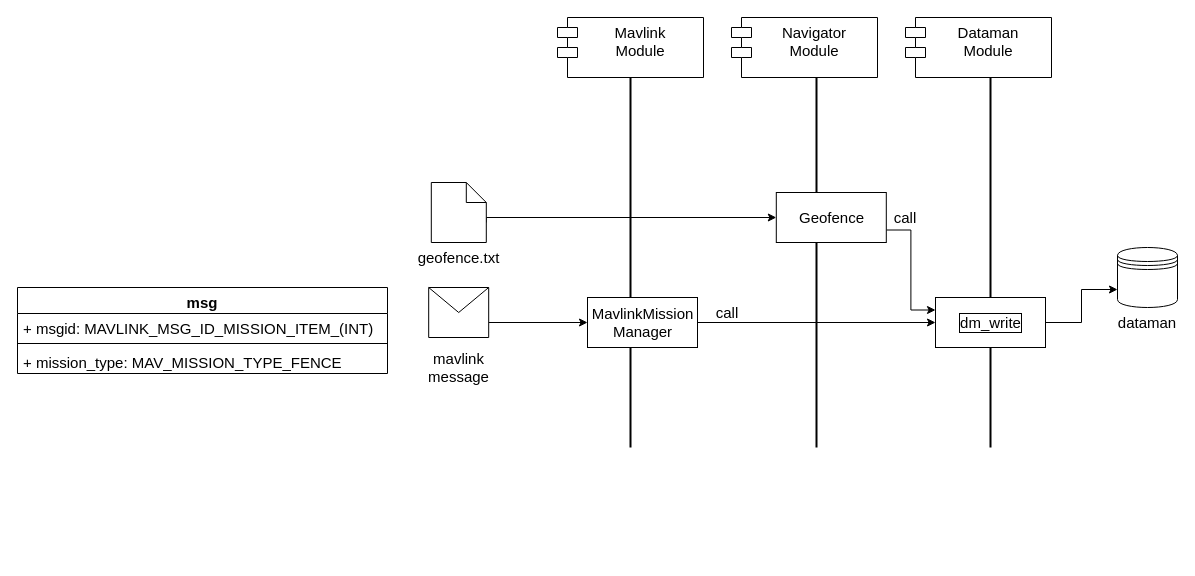
The draw.io diagram page "geofence" (1 of 5) of Untitled Diagram.drawio in sju0924/sju0924, before the edit. Source tidied: cells renumbered, new cells numbered last; positions are measured from the earlier drawing's top-left corner, leaving out a move shared by most shapes. Both pictures are drawn from the tidied source at 100%, with x=0, y=0 at pixel (17, 17).
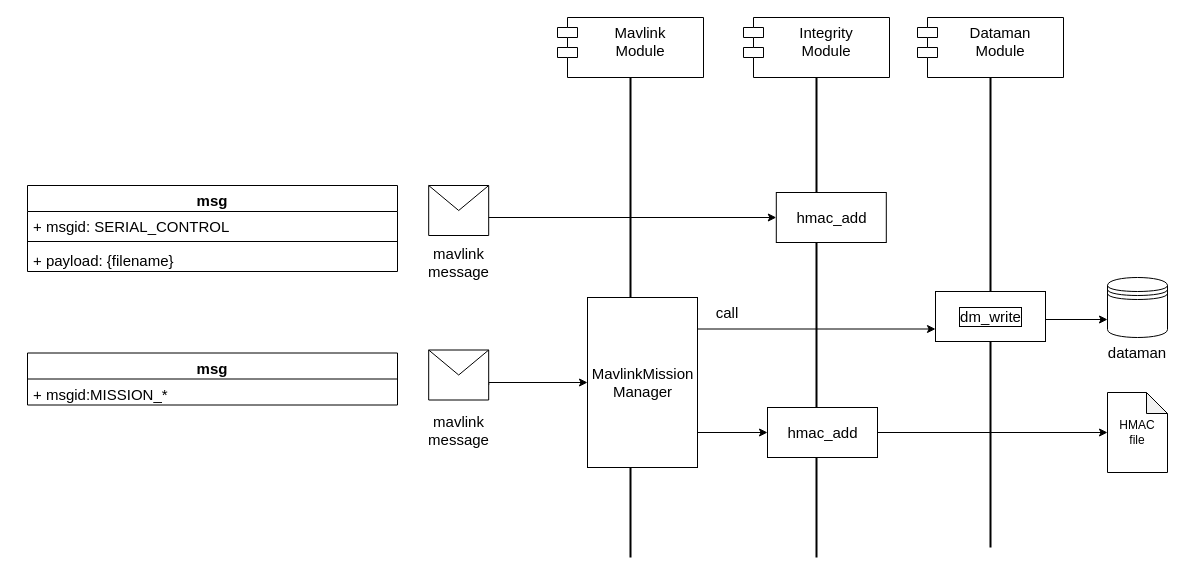
After the change.

Unchanged cells that the change refers to:
```xml
<mxCell id="26" value="call" style="text;html=1;strokeColor=none;fillColor=none;align=center;verticalAlign=middle;whiteSpace=wrap;rounded=0;fontSize=15;" parent="1" vertex="1">
  <mxGeometry x="680" y="280" width="60" height="30" as="geometry" />
</mxCell>
```

The edit, as a diff of the source:
```diff
@@
     <mxCell id="2" value="mavlink&lt;br style=&quot;font-size: 15px;&quot;&gt;message" style="text;html=1;align=center;verticalAlign=middle;strokeColor=none;fillColor=none;fontSize=15;" parent="1" vertex="1">
-      <mxGeometry x="401.2" y="325" width="80" height="50" as="geometry" />
+      <mxGeometry x="401.2" y="387.5" width="80" height="50" as="geometry" />
     </mxCell>
     <mxCell id="3" style="edgeStyle=orthogonalEdgeStyle;rounded=0;jettySize=auto;html=1;exitX=1;exitY=0.7;exitDx=0;exitDy=0;entryX=0;entryY=0.5;entryDx=0;entryDy=0;fontSize=15;" parent="1" edge="1" source="4" target="15">
-      <mxGeometry relative="1" as="geometry" />
+      <mxGeometry relative="1" as="geometry">
+        <Array as="points">
+          <mxPoint x="471" y="365" />
+        </Array>
+      </mxGeometry>
     </mxCell>
     <mxCell id="4" style="shape=message;html=1;whiteSpace=wrap;html=1;outlineConnect=0;fontSize=15;" parent="1" vertex="1">
-      <mxGeometry x="411.2" y="270" width="60" height="50" as="geometry" />
+      <mxGeometry x="411.2" y="332.5" width="60" height="50" as="geometry" />
     </mxCell>
-    <mxCell id="5" value="geofence.txt" style="text;html=1;align=center;verticalAlign=middle;strokeColor=none;fillColor=none;fontSize=15;" parent="1" vertex="1">
-      <mxGeometry x="386.2" y="225" width="110" height="30" as="geometry" />
-    </mxCell>
@@
-    <mxCell id="7" value="Navigator&#10;Module" style="shape=module;align=left;spacingLeft=20;align=center;verticalAlign=top;fontSize=15;" parent="1" vertex="1">
-      <mxGeometry x="714" width="146" height="60" as="geometry" />
+    <mxCell id="7" value="Integrity&#10;Module" style="shape=module;align=left;spacingLeft=20;align=center;verticalAlign=top;fontSize=15;" parent="1" vertex="1">
+      <mxGeometry x="726" width="146" height="60" as="geometry" />
     </mxCell>
     <mxCell id="8" style="line;strokeWidth=2;direction=south;html=1;fontSize=15;" parent="1" vertex="1">
-      <mxGeometry x="608" y="60" width="10" height="370" as="geometry" />
+      <mxGeometry x="608" y="60" width="10" height="480" as="geometry" />
     </mxCell>
     <mxCell id="9" style="line;strokeWidth=2;direction=south;html=1;fontSize=15;" parent="1" vertex="1">
-      <mxGeometry x="794" y="60" width="10" height="370" as="geometry" />
+      <mxGeometry x="794" y="60" width="10" height="480" as="geometry" />
     </mxCell>
     <mxCell id="10" style="shape=datastore;whiteSpace=wrap;html=1;fontSize=15;" parent="1" vertex="1">
-      <mxGeometry x="1100" y="230" width="60" height="60" as="geometry" />
+      <mxGeometry x="1090" y="260" width="60" height="60" as="geometry" />
     </mxCell>
-    <mxCell id="11" style="edgeStyle=orthogonalEdgeStyle;rounded=0;jettySize=auto;html=1;exitX=0;exitY=0;exitDx=55;exitDy=40;exitPerimeter=0;entryX=0;entryY=0.5;entryDx=0;entryDy=0;fontSize=15;" parent="1" edge="1" source="12" target="17">
+    <mxCell id="11" style="edgeStyle=orthogonalEdgeStyle;rounded=0;jettySize=auto;html=1;exitX=0;exitY=0;exitDx=55;exitDy=40;exitPerimeter=0;entryX=0;entryY=0.5;entryDx=0;entryDy=0;fontSize=15;" parent="1" edge="1" target="17">
       <mxGeometry relative="1" as="geometry">
+        <mxPoint x="468.8" y="205" as="sourcePoint" />
         <Array as="points">
           <mxPoint x="468.8" y="200" />
         </Array>
       </mxGeometry>
     </mxCell>
-    <mxCell id="12" style="shape=note;size=20;whiteSpace=wrap;html=1;fontSize=15;" parent="1" vertex="1">
-      <mxGeometry x="413.8" y="165" width="55" height="60" as="geometry" />
-    </mxCell>
     <mxCell id="13" value="dataman" style="text;html=1;strokeColor=none;fillColor=none;align=center;verticalAlign=middle;whiteSpace=wrap;rounded=0;fontSize=15;" parent="1" vertex="1">
-      <mxGeometry x="1100" y="290" width="60" height="30" as="geometry" />
+      <mxGeometry x="1090" y="320" width="60" height="30" as="geometry" />
     </mxCell>
-    <mxCell id="14" style="edgeStyle=orthogonalEdgeStyle;rounded=0;jettySize=auto;html=1;exitX=1;exitY=0.5;exitDx=0;exitDy=0;entryX=0;entryY=0.5;entryDx=0;entryDy=0;fontSize=15;" parent="1" edge="1" source="15" target="21">
-      <mxGeometry relative="1" as="geometry" />
-    </mxCell>
     <mxCell id="15" value="MavlinkMission&lt;br&gt;Manager" style="html=1;fontSize=15;" parent="1" vertex="1">
-      <mxGeometry x="570" y="280" width="110" height="50" as="geometry" />
+      <mxGeometry x="570" y="280" width="110" height="170" as="geometry" />
     </mxCell>
-    <mxCell id="16" style="edgeStyle=orthogonalEdgeStyle;rounded=0;jettySize=auto;html=1;exitX=1;exitY=0.75;exitDx=0;exitDy=0;entryX=0;entryY=0.25;entryDx=0;entryDy=0;fontSize=15;" parent="1" edge="1" source="17" target="21">
-      <mxGeometry relative="1" as="geometry" />
-    </mxCell>
-    <mxCell id="17" value="Geofence" style="html=1;fontSize=15;" parent="1" vertex="1">
+    <mxCell id="17" value="hmac_add" style="html=1;fontSize=15;" parent="1" vertex="1">
       <mxGeometry x="758.8" y="175" width="110" height="50" as="geometry" />
     </mxCell>
     <mxCell id="18" value="Dataman&#10;Module" style="shape=module;align=left;spacingLeft=20;align=center;verticalAlign=top;fontSize=15;" parent="1" vertex="1">
-      <mxGeometry x="888" width="146" height="60" as="geometry" />
+      <mxGeometry x="900" width="146" height="60" as="geometry" />
     </mxCell>
     <mxCell id="19" style="line;strokeWidth=2;direction=south;html=1;fontSize=15;" parent="1" vertex="1">
-      <mxGeometry x="968" y="60" width="10" height="370" as="geometry" />
+      <mxGeometry x="968" y="60" width="10" height="470" as="geometry" />
     </mxCell>
     <mxCell id="20" style="edgeStyle=orthogonalEdgeStyle;rounded=0;jettySize=auto;html=1;exitX=1;exitY=0.5;exitDx=0;exitDy=0;entryX=0;entryY=0.7;entryDx=0;entryDy=0;fontSize=15;" parent="1" edge="1" source="21" target="10">
-      <mxGeometry relative="1" as="geometry" />
+      <mxGeometry relative="1" as="geometry">
+        <Array as="points">
+          <mxPoint x="1028" y="302" />
+        </Array>
+      </mxGeometry>
     </mxCell>
     <mxCell id="21" value="dm_write" style="html=1;fontSize=15;labelBorderColor=default;" parent="1" vertex="1">
-      <mxGeometry x="918" y="280" width="110" height="50" as="geometry" />
+      <mxGeometry x="918" y="274" width="110" height="50" as="geometry" />
     </mxCell>
     <mxCell id="22" value="msg" style="swimlane;fontStyle=1;align=center;verticalAlign=top;horizontal=1;startSize=26;fontSize=15;" parent="1" vertex="1">
-      <mxGeometry y="270" width="370" height="86" as="geometry" />
+      <mxGeometry x="10" y="168" width="370" height="86" as="geometry" />
     </mxCell>
-    <mxCell id="23" value="+ msgid: MAVLINK_MSG_ID_MISSION_ITEM_(INT)" style="text;strokeColor=none;fillColor=none;align=left;verticalAlign=top;spacingLeft=4;spacingRight=4;overflow=hidden;fontSize=15;" parent="22" vertex="1">
+    <mxCell id="23" value="+ msgid: SERIAL_CONTROL" style="text;strokeColor=none;fillColor=none;align=left;verticalAlign=top;spacingLeft=4;spacingRight=4;overflow=hidden;fontSize=15;" parent="22" vertex="1">
       <mxGeometry y="26" width="370" height="26" as="geometry" />
     </mxCell>
@@
-    <mxCell id="25" value="+ mission_type: MAV_MISSION_TYPE_FENCE" style="text;strokeColor=none;fillColor=none;align=left;verticalAlign=top;spacingLeft=4;spacingRight=4;overflow=hidden;fontSize=15;" parent="22" vertex="1">
+    <mxCell id="25" value="+ payload: {filename}" style="text;strokeColor=none;fillColor=none;align=left;verticalAlign=top;spacingLeft=4;spacingRight=4;overflow=hidden;fontSize=15;" parent="22" vertex="1">
       <mxGeometry y="60" width="370" height="26" as="geometry" />
     </mxCell>
+    <mxCell id="28" style="edgeStyle=orthogonalEdgeStyle;rounded=0;jettySize=auto;html=1;exitX=0;exitY=1;exitDx=0;exitDy=0;entryX=0;entryY=0.75;entryDx=0;entryDy=0;" parent="1" edge="1" source="26" target="21">
+      <mxGeometry relative="1" as="geometry">
+        <Array as="points">
+          <mxPoint x="680" y="312" />
+        </Array>
+      </mxGeometry>
+    </mxCell>
@@
-    <mxCell id="27" value="call" style="text;html=1;strokeColor=none;fillColor=none;align=center;verticalAlign=middle;whiteSpace=wrap;rounded=0;fontSize=15;" parent="1" vertex="1">
-      <mxGeometry x="858" y="185" width="60" height="30" as="geometry" />
-    </mxCell>
+    <mxCell id="29" value="mavlink&lt;br style=&quot;font-size: 15px;&quot;&gt;message" style="text;html=1;align=center;verticalAlign=middle;strokeColor=none;fillColor=none;fontSize=15;" parent="1" vertex="1">
+      <mxGeometry x="401.2" y="220" width="80" height="50" as="geometry" />
+    </mxCell>
+    <mxCell id="30" style="shape=message;html=1;whiteSpace=wrap;html=1;fontSize=15;" parent="1" vertex="1">
+      <mxGeometry x="411.2" y="168" width="60" height="50" as="geometry" />
+    </mxCell>
+    <mxCell id="31" value="msg" style="swimlane;fontStyle=1;align=center;verticalAlign=top;horizontal=1;startSize=26;fontSize=15;" parent="1" vertex="1">
+      <mxGeometry x="10" y="335.5" width="370" height="52" as="geometry" />
+    </mxCell>
+    <mxCell id="32" value="+ msgid:MISSION_*" style="text;strokeColor=none;fillColor=none;align=left;verticalAlign=top;spacingLeft=4;spacingRight=4;overflow=hidden;fontSize=15;" parent="31" vertex="1">
+      <mxGeometry y="26" width="370" height="26" as="geometry" />
+    </mxCell>
+    <mxCell id="33" style="edgeStyle=orthogonalEdgeStyle;rounded=0;jettySize=auto;html=1;exitX=1;exitY=0.5;exitDx=0;exitDy=0;entryX=0;entryY=0.5;entryDx=0;entryDy=0;" parent="1" edge="1" target="35">
+      <mxGeometry relative="1" as="geometry">
+        <mxPoint x="680" y="385" as="sourcePoint" />
+        <Array as="points">
+          <mxPoint x="680" y="415" />
+        </Array>
+      </mxGeometry>
+    </mxCell>
+    <mxCell id="34" style="edgeStyle=orthogonalEdgeStyle;rounded=0;jettySize=auto;html=1;exitX=1;exitY=0.5;exitDx=0;exitDy=0;entryX=0;entryY=0.5;entryDx=0;entryDy=0;entryPerimeter=0;" parent="1" edge="1" source="35" target="36">
+      <mxGeometry relative="1" as="geometry" />
+    </mxCell>
+    <mxCell id="35" value="hmac_add" style="html=1;fontSize=15;" parent="1" vertex="1">
+      <mxGeometry x="750" y="390" width="110" height="50" as="geometry" />
+    </mxCell>
+    <mxCell id="36" value="HMAC&lt;br&gt;file" style="shape=note;whiteSpace=wrap;html=1;backgroundOutline=1;darkOpacity=0.05;size=21;" parent="1" vertex="1">
+      <mxGeometry x="1090" y="375" width="60" height="80" as="geometry" />
+    </mxCell>
```
